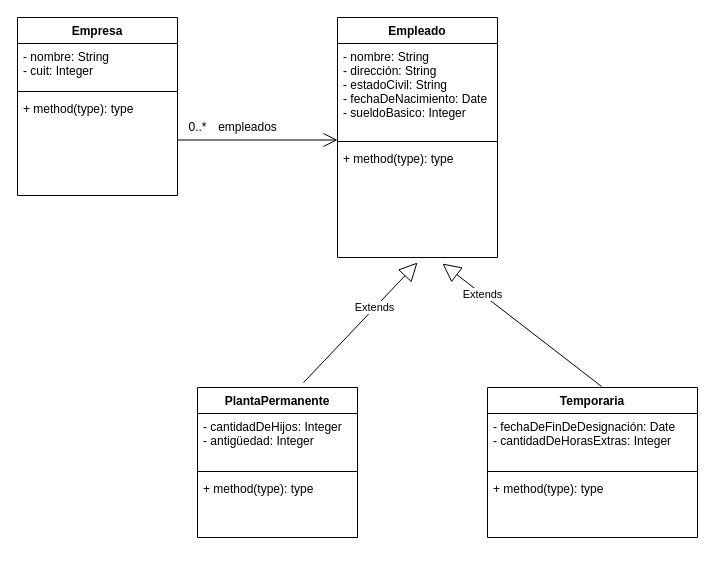
Above: Ejercicio 1 - TP 02 - Obj2-UNQ.drawio in nhubczyk/Obj2-TP-02-UNQ (draw.io), before the change. Source tidied: cells renumbered, new cells numbered last; positions are measured from the earlier drawing's top-left corner, leaving out a move shared by most shapes. Both pictures are drawn from the tidied source at 100%, with x=0, y=0 at pixel (17, 17).
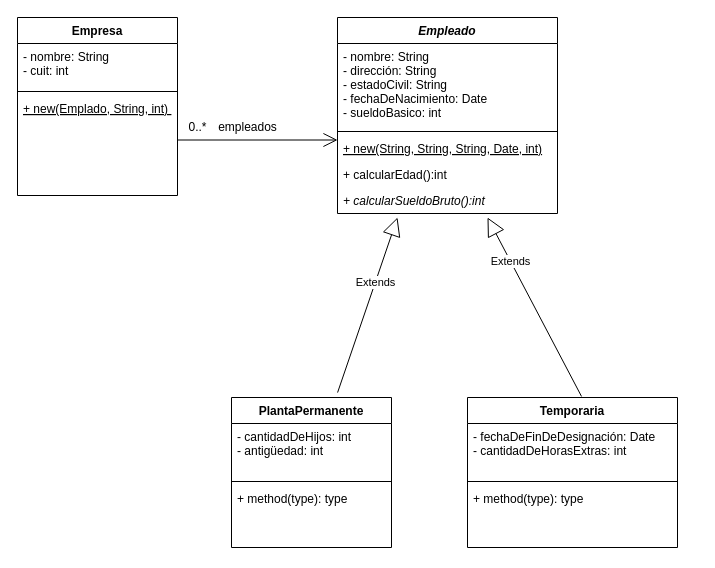
Above is the later version.

The change refers to these unchanged cells:
```xml
<mxCell id="2" value="Empresa" style="swimlane;fontStyle=1;align=center;verticalAlign=top;horizontal=1;startSize=26;" parent="1" vertex="1">
  <mxGeometry width="160" height="178" as="geometry" />
</mxCell>
```

Diff of the diagram source:
```diff
@@
-    <mxCell id="3" value="- nombre: String&#10;- cuit: Integer&#10;" style="text;strokeColor=none;fillColor=none;align=left;verticalAlign=top;spacingLeft=4;spacingRight=4;overflow=hidden;" parent="2" vertex="1">
+    <mxCell id="3" value="- nombre: String&#10;- cuit: int&#10;" style="text;strokeColor=none;fillColor=none;align=left;verticalAlign=top;spacingLeft=4;spacingRight=4;overflow=hidden;" parent="2" vertex="1">
       <mxGeometry y="26" width="160" height="44" as="geometry" />
     </mxCell>
@@
-    <mxCell id="5" value="+ method(type): type" style="text;strokeColor=none;fillColor=none;align=left;verticalAlign=top;spacingLeft=4;spacingRight=4;overflow=hidden;" parent="2" vertex="1">
+    <mxCell id="5" value="+ new(Emplado, String, int) &#10;   &#10;" style="text;strokeColor=none;fillColor=none;align=left;verticalAlign=top;spacingLeft=4;spacingRight=4;overflow=hidden;fontStyle=4;" parent="2" vertex="1">
       <mxGeometry y="78" width="160" height="100" as="geometry" />
     </mxCell>
@@
-    <mxCell id="9" value="Empleado" style="swimlane;fontStyle=1;align=center;verticalAlign=top;horizontal=1;startSize=26;" parent="1" vertex="1">
-      <mxGeometry x="320" width="160" height="240" as="geometry" />
-    </mxCell>
-    <mxCell id="10" value="- nombre: String&#10;- dirección: String&#10;- estadoCivil: String&#10;- fechaDeNacimiento: Date&#10;- sueldoBasico: Integer" style="text;strokeColor=none;fillColor=none;align=left;verticalAlign=top;spacingLeft=4;spacingRight=4;overflow=hidden;" parent="9" vertex="1">
-      <mxGeometry y="26" width="160" height="94" as="geometry" />
-    </mxCell>
-    <mxCell id="11" style="line;strokeWidth=1;fillColor=none;align=left;verticalAlign=middle;spacingTop=-1;spacingLeft=3;spacingRight=3;labelPosition=right;" parent="9" vertex="1">
-      <mxGeometry y="120" width="160" height="8" as="geometry" />
-    </mxCell>
-    <mxCell id="12" value="+ method(type): type" style="text;strokeColor=none;fillColor=none;align=left;verticalAlign=top;spacingLeft=4;spacingRight=4;overflow=hidden;points=[[0,0.5],[1,0.5]];portConstraint=eastwest;" parent="9" vertex="1">
-      <mxGeometry y="128" width="160" height="112" as="geometry" />
-    </mxCell>
     <mxCell id="13" value="PlantaPermanente" style="swimlane;fontStyle=1;align=center;verticalAlign=top;horizontal=1;startSize=26;" parent="1" vertex="1">
-      <mxGeometry x="180" y="370" width="160" height="150" as="geometry" />
+      <mxGeometry x="214" y="380" width="160" height="150" as="geometry" />
     </mxCell>
-    <mxCell id="14" value="- cantidadDeHijos: Integer&#10;- antigüedad: Integer&#10;" style="text;strokeColor=none;fillColor=none;align=left;verticalAlign=top;spacingLeft=4;spacingRight=4;overflow=hidden;" parent="13" vertex="1">
+    <mxCell id="14" value="- cantidadDeHijos: int&#10;- antigüedad: int&#10;" style="text;strokeColor=none;fillColor=none;align=left;verticalAlign=top;spacingLeft=4;spacingRight=4;overflow=hidden;" parent="13" vertex="1">
       <mxGeometry y="26" width="160" height="54" as="geometry" />
     </mxCell>
@@
     <mxCell id="17" value="Temporaria" style="swimlane;fontStyle=1;align=center;verticalAlign=top;horizontal=1;startSize=26;" parent="1" vertex="1">
-      <mxGeometry x="470" y="370" width="210" height="150" as="geometry" />
+      <mxGeometry x="450" y="380" width="210" height="150" as="geometry" />
     </mxCell>
-    <mxCell id="18" value="- fechaDeFinDeDesignación: Date&#10;- cantidadDeHorasExtras: Integer&#10;&#10;" style="text;strokeColor=none;fillColor=none;align=left;verticalAlign=top;spacingLeft=4;spacingRight=4;overflow=hidden;" parent="17" vertex="1">
+    <mxCell id="18" value="- fechaDeFinDeDesignación: Date&#10;- cantidadDeHorasExtras: int&#10;&#10;" style="text;strokeColor=none;fillColor=none;align=left;verticalAlign=top;spacingLeft=4;spacingRight=4;overflow=hidden;" parent="17" vertex="1">
       <mxGeometry y="26" width="210" height="54" as="geometry" />
     </mxCell>
@@
-    <mxCell id="21" value="Extends" style="endArrow=block;endSize=16;endFill=0;html=1;rounded=0;entryX=0.5;entryY=1.045;entryDx=0;entryDy=0;entryPerimeter=0;exitX=0.663;exitY=-0.033;exitDx=0;exitDy=0;exitPerimeter=0;" parent="1" edge="1" source="13" target="12">
-      <mxGeometry x="0.25" relative="1" as="geometry" />
+    <mxCell id="21" value="Extends" style="endArrow=block;endSize=16;endFill=0;html=1;rounded=0;exitX=0.663;exitY=-0.033;exitDx=0;exitDy=0;exitPerimeter=0;" parent="1" edge="1" source="13">
+      <mxGeometry x="0.25" relative="1" as="geometry">
+        <mxPoint x="380" y="200" as="targetPoint" />
+      </mxGeometry>
     </mxCell>
-    <mxCell id="22" value="Extends" style="endArrow=block;endSize=16;endFill=0;html=1;rounded=0;entryX=0.656;entryY=1.054;entryDx=0;entryDy=0;entryPerimeter=0;exitX=0.543;exitY=-0.007;exitDx=0;exitDy=0;exitPerimeter=0;" parent="1" edge="1" source="17" target="12">
-      <mxGeometry x="0.5" relative="1" as="geometry" />
+    <mxCell id="22" value="Extends" style="endArrow=block;endSize=16;endFill=0;html=1;rounded=0;exitX=0.543;exitY=-0.007;exitDx=0;exitDy=0;exitPerimeter=0;" parent="1" edge="1" source="17">
+      <mxGeometry x="0.5" relative="1" as="geometry">
+        <mxPoint x="470" y="200" as="targetPoint" />
+      </mxGeometry>
     </mxCell>
+    <mxCell id="9" value="Empleado" style="swimlane;fontStyle=3;align=center;verticalAlign=top;horizontal=1;startSize=26;" parent="1" vertex="1">
+      <mxGeometry x="320" width="220" height="196" as="geometry" />
+    </mxCell>
+    <mxCell id="23" value="- nombre: String&#10;- dirección: String&#10;- estadoCivil: String&#10;- fechaDeNacimiento: Date&#10;- sueldoBasico: int" style="text;strokeColor=none;fillColor=none;align=left;verticalAlign=top;spacingLeft=4;spacingRight=4;overflow=hidden;" parent="9" vertex="1">
+      <mxGeometry y="26" width="220" height="84" as="geometry" />
+    </mxCell>
+    <mxCell id="24" style="line;strokeWidth=1;fillColor=none;align=left;verticalAlign=middle;spacingTop=-1;spacingLeft=3;spacingRight=3;labelPosition=right;" parent="9" vertex="1">
+      <mxGeometry y="110" width="220" height="8" as="geometry" />
+    </mxCell>
+    <mxCell id="25" value="+ new(String, String, String, Date, int)&#10;" style="text;strokeColor=none;fillColor=none;align=left;verticalAlign=top;spacingLeft=4;spacingRight=4;overflow=hidden;fontStyle=4;" parent="9" vertex="1">
+      <mxGeometry y="118" width="220" height="26" as="geometry" />
+    </mxCell>
+    <mxCell id="26" value="+ calcularEdad():int" style="text;strokeColor=none;fillColor=none;align=left;verticalAlign=top;spacingLeft=4;spacingRight=4;overflow=hidden;fontStyle=0;" parent="9" vertex="1">
+      <mxGeometry y="144" width="220" height="26" as="geometry" />
+    </mxCell>
+    <mxCell id="27" value="+ calcularSueldoBruto():int" style="text;strokeColor=none;fillColor=none;align=left;verticalAlign=top;spacingLeft=4;spacingRight=4;overflow=hidden;fontStyle=2;" parent="9" vertex="1">
+      <mxGeometry y="170" width="220" height="26" as="geometry" />
+    </mxCell>
```
